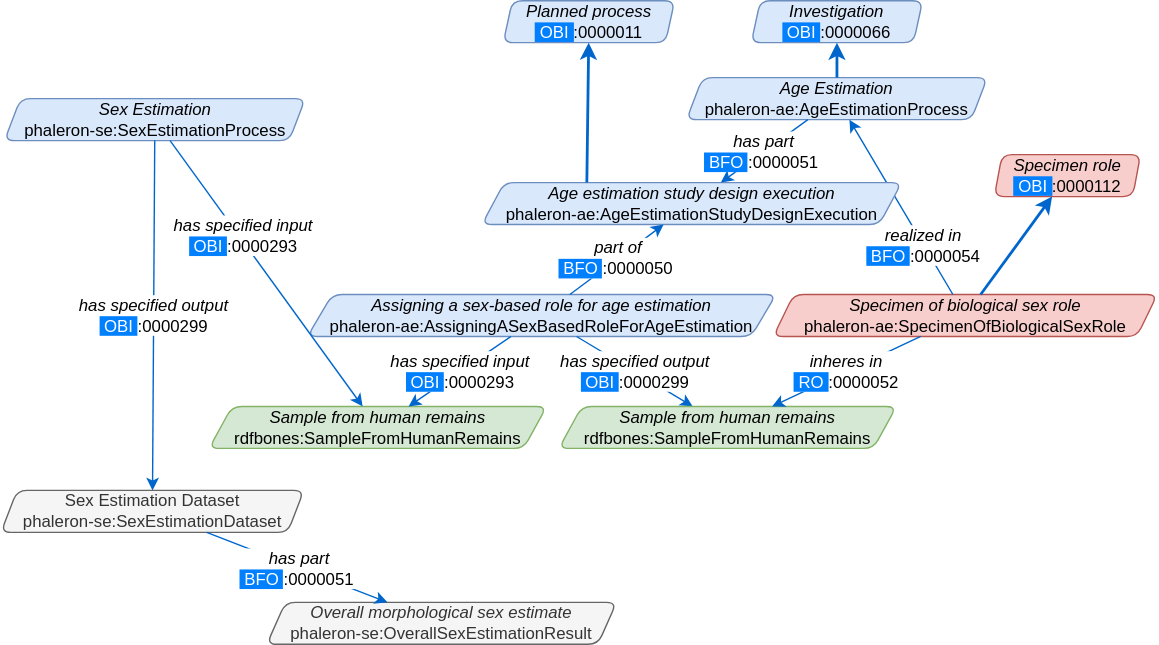
The draw.io diagram NetworkGraphics/OntologyExtensions/phaleron-age/phaleron-age_NetworkGraphics.svg in RDFBones/RDFBonesGraphics, before a commit. Source tidied: cells renumbered, new cells last; positions are measured from the earlier drawing's top-left corner, leaving out a move shared by most shapes. Its diagram source:
```xml
<mxGraphModel>
  <root>
    <mxCell id="0" />
    <mxCell id="1" parent="0" />
    <mxCell id="2" value="&lt;i&gt;Sample from human remains&lt;/i&gt;&lt;br&gt;&lt;div&gt;rdfbones:SampleFromHumanRemains&lt;/div&gt;" style="shape=parallelogram;perimeter=parallelogramPerimeter;whiteSpace=wrap;html=1;strokeColor=#82b366;fontSize=12;align=center;size=0.06818181818181818;fillColor=#d5e8d4;rounded=1;comic=0;shadow=0;spacing=0;line-height:.8rem;arcSize=14;" parent="1" vertex="1">
      <mxGeometry x="148.8" y="290" width="241.2" height="30" as="geometry" />
    </mxCell>
    <mxCell id="3" value="&lt;i&gt;Assigning a sex-based role for age estimation&lt;/i&gt;&lt;br&gt;phaleron-ae:AssigningASexBasedRoleForAgeEstimation" style="shape=parallelogram;perimeter=parallelogramPerimeter;whiteSpace=wrap;html=1;strokeColor=#6c8ebf;fontSize=12;align=center;size=0.05333333333333334;fillColor=#dae8fc;rounded=1;comic=0;shadow=0;spacing=0;line-height:.8rem;arcSize=14;" parent="1" vertex="1">
      <mxGeometry x="219" y="210" width="335" height="30" as="geometry" />
    </mxCell>
    <mxCell id="4" value="&lt;font style=&quot;font-size: 12px;&quot;&gt;&lt;span style=&quot;line-height: 120%; font-size: 12px;&quot;&gt;&lt;i style=&quot;font-size: 12px;&quot;&gt;has specified input&lt;br style=&quot;font-size: 12px;&quot;&gt;&lt;/i&gt;&lt;span style=&quot;color: rgb(255, 255, 255); text-align: left; background-color: rgb(0, 127, 255);&quot;&gt;&amp;nbsp;OBI&amp;nbsp;&lt;/span&gt;:0000293&lt;/span&gt;&lt;/font&gt;" style="rounded=0;html=1;jettySize=auto;strokeColor=#0066CC;fontSize=12;strokeWidth=1;arcSize=20;" parent="1" edge="1" source="3" target="2">
      <mxGeometry relative="1" as="geometry" />
    </mxCell>
    <mxCell id="5" value="&lt;i style=&quot;border-color: var(--border-color);&quot;&gt;Sex Estimation&lt;/i&gt;&lt;br&gt;phaleron-se:SexEstimationProcess" style="shape=parallelogram;perimeter=parallelogramPerimeter;whiteSpace=wrap;html=1;strokeColor=#6c8ebf;fontSize=12;align=center;size=0.05333333333333334;fillColor=#dae8fc;rounded=1;comic=0;shadow=0;spacing=0;line-height:.8rem;arcSize=14;" parent="1" vertex="1">
      <mxGeometry x="2.5" y="70" width="215" height="30" as="geometry" />
    </mxCell>
    <mxCell id="6" value="&lt;font style=&quot;font-size: 12px;&quot;&gt;&lt;span style=&quot;line-height: 120%; font-size: 12px;&quot;&gt;&lt;i style=&quot;font-size: 12px;&quot;&gt;has specified input&lt;br style=&quot;font-size: 12px;&quot;&gt;&lt;/i&gt;&lt;span style=&quot;color: rgb(255, 255, 255); text-align: left; background-color: rgb(0, 127, 255);&quot;&gt;&amp;nbsp;OBI&amp;nbsp;&lt;/span&gt;:0000293&lt;/span&gt;&lt;/font&gt;" style="rounded=0;html=1;jettySize=auto;strokeColor=#0066CC;fontSize=12;strokeWidth=1;arcSize=20;" parent="1" edge="1" source="5" target="2">
      <mxGeometry x="-0.27" y="2" relative="1" as="geometry" />
    </mxCell>
    <mxCell id="7" value="Sex Estimation Dataset&lt;br&gt;phaleron-se:SexEstimationDataset" style="shape=parallelogram;perimeter=parallelogramPerimeter;whiteSpace=wrap;html=1;strokeColor=#666666;fontSize=12;align=center;size=0.05333333333333334;fillColor=#f5f5f5;rounded=1;comic=0;shadow=0;spacing=0;line-height:.8rem;arcSize=14;fontColor=#333333;" parent="1" vertex="1">
      <mxGeometry y="350" width="216.5" height="30" as="geometry" />
    </mxCell>
    <mxCell id="8" value="&lt;font style=&quot;font-size: 12px;&quot;&gt;&lt;span style=&quot;line-height: 120%; font-size: 12px;&quot;&gt;&lt;i style=&quot;font-size: 12px;&quot;&gt;has specified output&lt;br style=&quot;font-size: 12px;&quot;&gt;&lt;/i&gt;&lt;span style=&quot;color: rgb(255, 255, 255); text-align: left; background-color: rgb(0, 127, 255);&quot;&gt;&amp;nbsp;OBI&amp;nbsp;&lt;/span&gt;:0000299&lt;/span&gt;&lt;/font&gt;" style="rounded=0;html=1;jettySize=auto;strokeColor=#0066CC;fontSize=12;strokeWidth=1;arcSize=20;" parent="1" edge="1" source="5" target="7">
      <mxGeometry relative="1" as="geometry" />
    </mxCell>
    <mxCell id="9" value="&lt;i style=&quot;border-color: var(--border-color);&quot;&gt;Overall&amp;nbsp;&lt;/i&gt;&lt;i style=&quot;border-color: var(--border-color);&quot;&gt;&lt;i style=&quot;border-color: var(--border-color);&quot;&gt;morphological&lt;/i&gt;&amp;nbsp;sex estimate&lt;/i&gt;&lt;br&gt;phaleron-se:OverallSexEstimationResult" style="shape=parallelogram;perimeter=parallelogramPerimeter;whiteSpace=wrap;html=1;strokeColor=#666666;fontSize=12;align=center;size=0.05333333333333334;fillColor=#f5f5f5;rounded=1;comic=0;shadow=0;spacing=0;line-height:.8rem;arcSize=14;fontColor=#333333;" parent="1" vertex="1">
      <mxGeometry x="190" y="430" width="250" height="30" as="geometry" />
    </mxCell>
    <mxCell id="10" value="&lt;font style=&quot;font-size: 12px&quot;&gt;&lt;span style=&quot;line-height: 120% ; font-size: 12px&quot;&gt;&lt;i style=&quot;font-size: 12px&quot;&gt;has part&lt;br style=&quot;font-size: 12px&quot;&gt;&lt;/i&gt;&lt;span style=&quot;color: rgb(255 , 255 , 255) ; text-align: left ; background-color: rgb(0 , 127 , 255)&quot;&gt;&amp;nbsp;BFO&amp;nbsp;&lt;/span&gt;:0000051&amp;nbsp;&lt;/span&gt;&lt;/font&gt;" style="rounded=0;html=1;jettySize=auto;strokeColor=#0066CC;fontSize=12;strokeWidth=1;arcSize=20;" parent="1" edge="1" source="7" target="9">
      <mxGeometry x="0.02" relative="1" as="geometry" />
    </mxCell>
    <mxCell id="11" value="&lt;font style=&quot;font-size: 12px;&quot;&gt;&lt;span style=&quot;line-height: 120%; font-size: 12px;&quot;&gt;&lt;i style=&quot;font-size: 12px;&quot;&gt;has specified output&lt;br style=&quot;font-size: 12px;&quot;&gt;&lt;/i&gt;&lt;span style=&quot;color: rgb(255, 255, 255); text-align: left; background-color: rgb(0, 127, 255);&quot;&gt;&amp;nbsp;OBI&amp;nbsp;&lt;/span&gt;:0000299&lt;/span&gt;&lt;/font&gt;" style="rounded=0;html=1;jettySize=auto;strokeColor=#0066CC;fontSize=12;strokeWidth=1;arcSize=20;" parent="1" edge="1" source="3" target="12">
      <mxGeometry relative="1" as="geometry" />
    </mxCell>
    <mxCell id="12" value="&lt;i style=&quot;border-color: var(--border-color);&quot;&gt;Sample from human remains&lt;/i&gt;&lt;br style=&quot;border-color: var(--border-color);&quot;&gt;&lt;div style=&quot;border-color: var(--border-color);&quot;&gt;rdfbones:SampleFromHumanRemains&lt;/div&gt;" style="shape=parallelogram;perimeter=parallelogramPerimeter;whiteSpace=wrap;html=1;strokeColor=#82b366;fontSize=12;align=center;size=0.06818181818181818;fillColor=#d5e8d4;rounded=1;comic=0;shadow=0;spacing=0;line-height:.8rem;arcSize=14;" parent="1" vertex="1">
      <mxGeometry x="398.8" y="290" width="241.2" height="30" as="geometry" />
    </mxCell>
    <mxCell id="13" value="&lt;i&gt;Specimen of biological sex role&lt;/i&gt;&lt;br&gt;phaleron-ae:SpecimenOfBiologicalSexRole" style="shape=parallelogram;perimeter=parallelogramPerimeter;whiteSpace=wrap;html=1;strokeColor=#b85450;fontSize=12;align=center;size=0.05333333333333334;fillColor=#f8cecc;rounded=1;comic=0;shadow=0;spacing=0;line-height:.8rem;arcSize=14;" parent="1" vertex="1">
      <mxGeometry x="552" y="210" width="274.5" height="30" as="geometry" />
    </mxCell>
    <mxCell id="14" value="&lt;font style=&quot;font-size: 12px;&quot;&gt;&lt;span style=&quot;line-height: 120%; font-size: 12px;&quot;&gt;&lt;i style=&quot;font-size: 12px;&quot;&gt;inheres in&lt;br style=&quot;font-size: 12px;&quot;&gt;&lt;/i&gt;&lt;span style=&quot;color: rgb(255, 255, 255); text-align: left; background-color: rgb(0, 127, 255);&quot;&gt;&amp;nbsp;RO&amp;nbsp;&lt;/span&gt;:0000052&lt;/span&gt;&lt;/font&gt;" style="rounded=0;html=1;jettySize=auto;strokeColor=#0066CC;fontSize=12;strokeWidth=1;arcSize=20;" parent="1" edge="1" source="13" target="12">
      <mxGeometry relative="1" as="geometry" />
    </mxCell>
    <mxCell id="15" value="&lt;i style=&quot;border-color: var(--border-color);&quot;&gt;Age Estimation&lt;/i&gt;&lt;br&gt;phaleron-ae:AgeEstimationProcess" style="shape=parallelogram;perimeter=parallelogramPerimeter;whiteSpace=wrap;html=1;strokeColor=#6c8ebf;fontSize=12;align=center;size=0.05333333333333334;fillColor=#dae8fc;rounded=1;comic=0;shadow=0;spacing=0;line-height:.8rem;arcSize=14;" parent="1" vertex="1">
      <mxGeometry x="490" y="55" width="215" height="30" as="geometry" />
    </mxCell>
    <mxCell id="16" value="&lt;font style=&quot;font-size: 12px;&quot;&gt;&lt;span style=&quot;line-height: 120%; font-size: 12px;&quot;&gt;&lt;i style=&quot;font-size: 12px;&quot;&gt;realized in&lt;br style=&quot;font-size: 12px;&quot;&gt;&lt;/i&gt;&lt;span style=&quot;color: rgb(255, 255, 255); text-align: left; background-color: rgb(0, 127, 255);&quot;&gt;&amp;nbsp;BFO&amp;nbsp;&lt;/span&gt;:0000054&lt;/span&gt;&lt;/font&gt;" style="rounded=0;html=1;jettySize=auto;strokeColor=#0066CC;fontSize=12;strokeWidth=1;arcSize=20;" parent="1" edge="1" source="13" target="15">
      <mxGeometry x="-0.44" y="1" relative="1" as="geometry" />
    </mxCell>
    <mxCell id="17" value="&lt;i&gt;Age estimation study design execution&lt;/i&gt;&lt;br&gt;phaleron-ae:AgeEstimationStudyDesignExecution" style="shape=parallelogram;perimeter=parallelogramPerimeter;whiteSpace=wrap;html=1;strokeColor=#6c8ebf;fontSize=12;align=center;size=0.05333333333333334;fillColor=#dae8fc;rounded=1;comic=0;shadow=0;spacing=0;line-height:.8rem;arcSize=14;" parent="1" vertex="1">
      <mxGeometry x="343.8" y="130" width="300" height="30" as="geometry" />
    </mxCell>
    <mxCell id="18" value="&lt;font style=&quot;font-size: 12px&quot;&gt;&lt;span style=&quot;line-height: 120% ; font-size: 12px&quot;&gt;&lt;i style=&quot;font-size: 12px&quot;&gt;has part&lt;br style=&quot;font-size: 12px&quot;&gt;&lt;/i&gt;&lt;span style=&quot;color: rgb(255 , 255 , 255) ; text-align: left ; background-color: rgb(0 , 127 , 255)&quot;&gt;&amp;nbsp;BFO&amp;nbsp;&lt;/span&gt;:0000051&amp;nbsp;&lt;/span&gt;&lt;/font&gt;" style="rounded=0;html=1;jettySize=auto;strokeColor=#0066CC;fontSize=12;strokeWidth=1;arcSize=20;" parent="1" edge="1" source="15" target="17">
      <mxGeometry x="0.02" relative="1" as="geometry" />
    </mxCell>
    <mxCell id="19" value="&lt;font style=&quot;font-size: 12px&quot;&gt;&lt;span style=&quot;line-height: 120% ; font-size: 12px&quot;&gt;&lt;i style=&quot;font-size: 12px&quot;&gt;part of&lt;br style=&quot;font-size: 12px&quot;&gt;&lt;/i&gt;&lt;span style=&quot;color: rgb(255 , 255 , 255) ; text-align: left ; background-color: rgb(0 , 127 , 255)&quot;&gt;&amp;nbsp;BFO&amp;nbsp;&lt;/span&gt;:0000050&amp;nbsp;&lt;/span&gt;&lt;/font&gt;" style="rounded=0;html=1;jettySize=auto;strokeColor=#0066CC;fontSize=12;strokeWidth=1;arcSize=20;" parent="1" edge="1" source="3" target="17">
      <mxGeometry x="0.02" relative="1" as="geometry" />
    </mxCell>
    <mxCell id="20" value="&lt;i&gt;Specimen role&lt;/i&gt;&lt;br&gt;&lt;span style=&quot;background-color: rgb(0, 127, 255);&quot;&gt;&lt;font color=&quot;#ffffff&quot;&gt;&amp;nbsp;OBI&amp;nbsp;&lt;/font&gt;&lt;/span&gt;:0000112" style="shape=parallelogram;perimeter=parallelogramPerimeter;whiteSpace=wrap;html=1;strokeColor=#b85450;fontSize=12;align=center;size=0.05333333333333334;fillColor=#f8cecc;rounded=1;comic=0;shadow=0;spacing=0;line-height:.8rem;arcSize=14;" parent="1" vertex="1">
      <mxGeometry x="710" y="110" width="104.5" height="30" as="geometry" />
    </mxCell>
    <mxCell id="21" style="edgeStyle=none;rounded=0;html=1;jettySize=auto;strokeColor=#0066CC;strokeWidth=2;fontSize=12;fontColor=#0066CC;" parent="1" edge="1" source="13" target="20">
      <mxGeometry x="-0.65" y="-4" relative="1" as="geometry">
        <mxPoint x="1" as="offset" />
      </mxGeometry>
    </mxCell>
    <mxCell id="22" value="&lt;i&gt;Planned process&lt;/i&gt;&lt;br&gt;&lt;span style=&quot;color: rgb(255, 255, 255); text-align: left; background-color: rgb(0, 127, 255);&quot;&gt;&amp;nbsp;OBI&amp;nbsp;&lt;/span&gt;:0000011" style="shape=parallelogram;perimeter=parallelogramPerimeter;whiteSpace=wrap;html=1;strokeColor=#6c8ebf;fontSize=12;align=center;size=0.05333333333333334;fillColor=#dae8fc;rounded=1;comic=0;shadow=0;spacing=0;line-height:.8rem;arcSize=14;" parent="1" vertex="1">
      <mxGeometry x="359" width="122.5" height="30" as="geometry" />
    </mxCell>
    <mxCell id="23" style="edgeStyle=none;rounded=0;html=1;jettySize=auto;strokeColor=#0066CC;strokeWidth=2;fontSize=12;fontColor=#0066CC;exitX=0.25;exitY=0;exitDx=0;exitDy=0;" parent="1" edge="1" source="17" target="22">
      <mxGeometry x="-0.65" y="-4" relative="1" as="geometry">
        <mxPoint x="1" as="offset" />
      </mxGeometry>
    </mxCell>
    <mxCell id="24" value="&lt;i&gt;Investigation&lt;/i&gt;&lt;br&gt;&lt;span style=&quot;color: rgb(255, 255, 255); text-align: left; background-color: rgb(0, 127, 255);&quot;&gt;&amp;nbsp;OBI&amp;nbsp;&lt;/span&gt;:0000066" style="shape=parallelogram;perimeter=parallelogramPerimeter;whiteSpace=wrap;html=1;strokeColor=#6c8ebf;fontSize=12;align=center;size=0.05333333333333334;fillColor=#dae8fc;rounded=1;comic=0;shadow=0;spacing=0;line-height:.8rem;arcSize=14;" parent="1" vertex="1">
      <mxGeometry x="536.2" width="122.5" height="30" as="geometry" />
    </mxCell>
    <mxCell id="25" style="edgeStyle=none;rounded=0;html=1;jettySize=auto;strokeColor=#0066CC;strokeWidth=2;fontSize=12;fontColor=#0066CC;" parent="1" edge="1" source="15" target="24">
      <mxGeometry x="-0.65" y="-4" relative="1" as="geometry">
        <mxPoint x="1" as="offset" />
      </mxGeometry>
    </mxCell>
  </root>
</mxGraphModel>
```
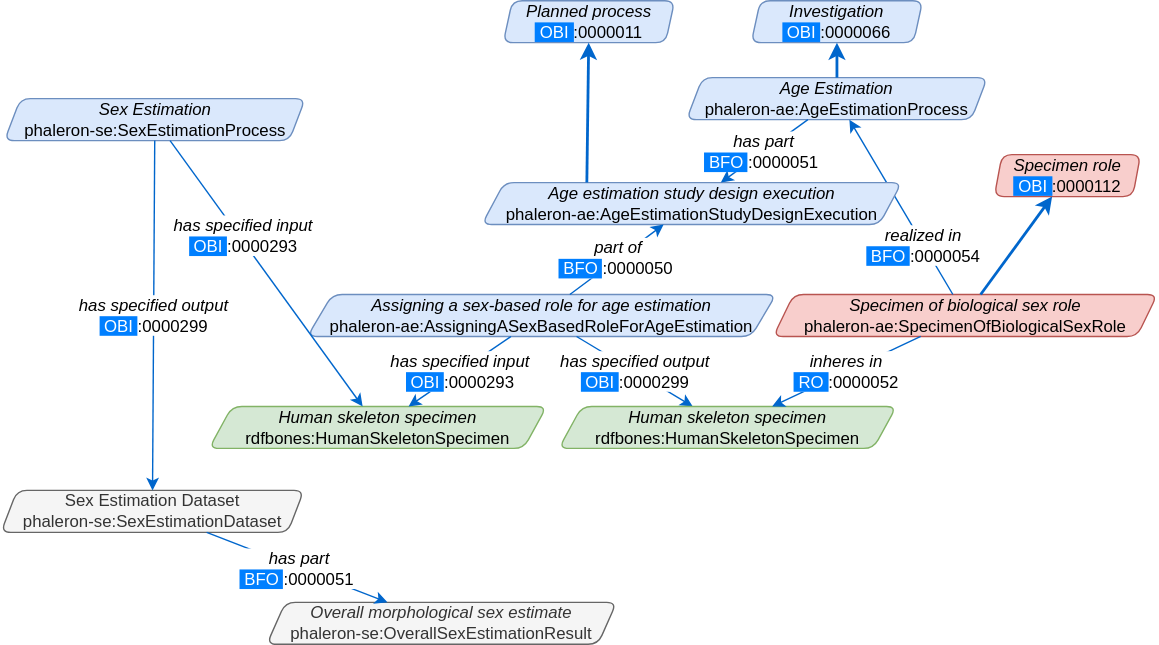
The same diagram one commit later.

Commit message:
Corrected specimen type and dataset section type.

What changed in the source:
```diff
@@ -2,7 +2,7 @@
   <root>
     <mxCell id="0" />
     <mxCell id="1" parent="0" />
-    <mxCell id="2" value="&lt;i&gt;Sample from human remains&lt;/i&gt;&lt;br&gt;&lt;div&gt;rdfbones:SampleFromHumanRemains&lt;/div&gt;" style="shape=parallelogram;perimeter=parallelogramPerimeter;whiteSpace=wrap;html=1;strokeColor=#82b366;fontSize=12;align=center;size=0.06818181818181818;fillColor=#d5e8d4;rounded=1;comic=0;shadow=0;spacing=0;line-height:.8rem;arcSize=14;" parent="1" vertex="1">
+    <mxCell id="2" value="&lt;i style=&quot;border-color: var(--border-color);&quot;&gt;Human skeleton specimen&lt;/i&gt;&lt;br style=&quot;border-color: var(--border-color);&quot;&gt;rdfbones:HumanSkeletonSpecimen" style="shape=parallelogram;perimeter=parallelogramPerimeter;whiteSpace=wrap;html=1;strokeColor=#82b366;fontSize=12;align=center;size=0.06818181818181818;fillColor=#d5e8d4;rounded=1;comic=0;shadow=0;spacing=0;line-height:.8rem;arcSize=14;" parent="1" vertex="1">
       <mxGeometry x="148.8" y="290" width="241.2" height="30" as="geometry" />
     </mxCell>
     <mxCell id="3" value="&lt;i&gt;Assigning a sex-based role for age estimation&lt;/i&gt;&lt;br&gt;phaleron-ae:AssigningASexBasedRoleForAgeEstimation" style="shape=parallelogram;perimeter=parallelogramPerimeter;whiteSpace=wrap;html=1;strokeColor=#6c8ebf;fontSize=12;align=center;size=0.05333333333333334;fillColor=#dae8fc;rounded=1;comic=0;shadow=0;spacing=0;line-height:.8rem;arcSize=14;" parent="1" vertex="1">
@@ -32,7 +32,7 @@
     <mxCell id="11" value="&lt;font style=&quot;font-size: 12px;&quot;&gt;&lt;span style=&quot;line-height: 120%; font-size: 12px;&quot;&gt;&lt;i style=&quot;font-size: 12px;&quot;&gt;has specified output&lt;br style=&quot;font-size: 12px;&quot;&gt;&lt;/i&gt;&lt;span style=&quot;color: rgb(255, 255, 255); text-align: left; background-color: rgb(0, 127, 255);&quot;&gt;&amp;nbsp;OBI&amp;nbsp;&lt;/span&gt;:0000299&lt;/span&gt;&lt;/font&gt;" style="rounded=0;html=1;jettySize=auto;strokeColor=#0066CC;fontSize=12;strokeWidth=1;arcSize=20;" parent="1" edge="1" source="3" target="12">
       <mxGeometry relative="1" as="geometry" />
     </mxCell>
-    <mxCell id="12" value="&lt;i style=&quot;border-color: var(--border-color);&quot;&gt;Sample from human remains&lt;/i&gt;&lt;br style=&quot;border-color: var(--border-color);&quot;&gt;&lt;div style=&quot;border-color: var(--border-color);&quot;&gt;rdfbones:SampleFromHumanRemains&lt;/div&gt;" style="shape=parallelogram;perimeter=parallelogramPerimeter;whiteSpace=wrap;html=1;strokeColor=#82b366;fontSize=12;align=center;size=0.06818181818181818;fillColor=#d5e8d4;rounded=1;comic=0;shadow=0;spacing=0;line-height:.8rem;arcSize=14;" parent="1" vertex="1">
+    <mxCell id="12" value="&lt;i style=&quot;border-color: var(--border-color);&quot;&gt;Human skeleton specimen&lt;/i&gt;&lt;br style=&quot;border-color: var(--border-color);&quot;&gt;rdfbones:HumanSkeletonSpecimen" style="shape=parallelogram;perimeter=parallelogramPerimeter;whiteSpace=wrap;html=1;strokeColor=#82b366;fontSize=12;align=center;size=0.06818181818181818;fillColor=#d5e8d4;rounded=1;comic=0;shadow=0;spacing=0;line-height:.8rem;arcSize=14;" parent="1" vertex="1">
       <mxGeometry x="398.8" y="290" width="241.2" height="30" as="geometry" />
     </mxCell>
     <mxCell id="13" value="&lt;i&gt;Specimen of biological sex role&lt;/i&gt;&lt;br&gt;phaleron-ae:SpecimenOfBiologicalSexRole" style="shape=parallelogram;perimeter=parallelogramPerimeter;whiteSpace=wrap;html=1;strokeColor=#b85450;fontSize=12;align=center;size=0.05333333333333334;fillColor=#f8cecc;rounded=1;comic=0;shadow=0;spacing=0;line-height:.8rem;arcSize=14;" parent="1" vertex="1">
```
